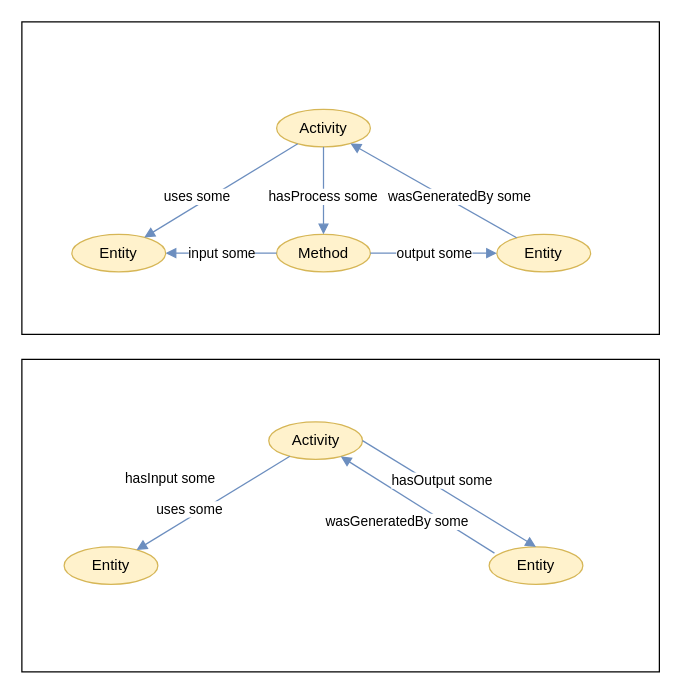
This is page "method" (4 of 4) of docs/figs/figures.drawio from PINK-project/PINK-annotation-schema, a draw.io file, before an edit. Source tidied: cells renumbered, new cells numbered last; positions are measured from the earlier drawing's top-left corner, leaving out a move shared by most shapes. Both pictures are drawn from the tidied source at 125%, with x=0, y=0 at pixel (21, 21).
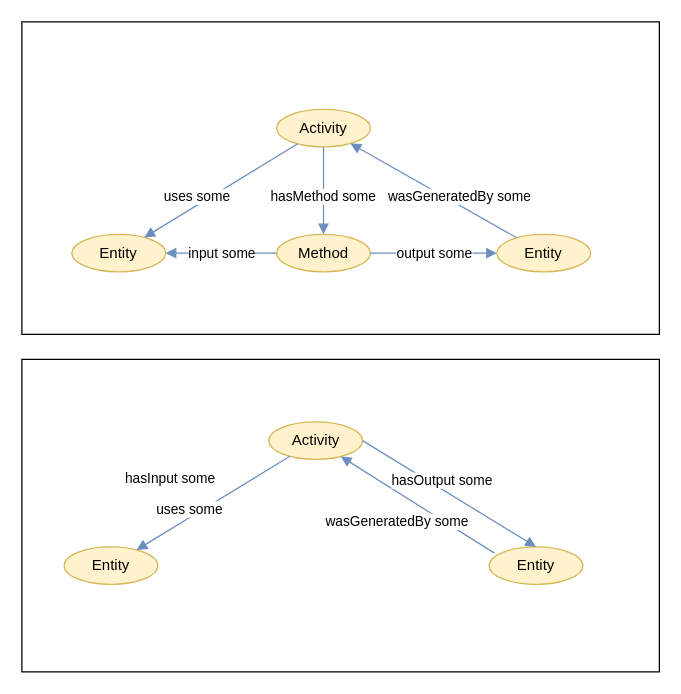
After the change.

Commit message:
Corrected figure

The change refers to these unchanged cells:
```xml
<mxCell id="4" value="Method" style="ellipse;whiteSpace=wrap;html=1;fillColor=#fff2cc;strokeColor=#d6b656;" parent="1" vertex="1">
  <mxGeometry x="203.8" y="170" width="75" height="30" as="geometry" />
</mxCell>
<mxCell id="9" value="Activity" style="ellipse;whiteSpace=wrap;html=1;fillColor=#fff2cc;strokeColor=#d6b656;" parent="1" vertex="1">
  <mxGeometry x="203.8" y="70" width="75" height="30" as="geometry" />
</mxCell>
```

Diff of the diagram source:
```diff
@@
-    <mxCell id="10" value="hasProcess some" style="edgeStyle=none;shape=connector;rounded=0;jettySize=auto;html=1;strokeColor=#6c8ebf;align=center;verticalAlign=middle;fontFamily=Helvetica;fontSize=11;fontColor=default;labelBackgroundColor=default;endArrow=block;endFill=1;fillColor=#dae8fc;" parent="1" edge="1" source="9" target="4">
+    <mxCell id="10" value="hasMethod some" style="edgeStyle=none;shape=connector;rounded=0;jettySize=auto;html=1;strokeColor=#6c8ebf;align=center;verticalAlign=middle;fontFamily=Helvetica;fontSize=11;fontColor=default;labelBackgroundColor=default;endArrow=block;endFill=1;fillColor=#dae8fc;" parent="1" edge="1" source="9" target="4">
       <mxGeometry x="0.14" relative="1" as="geometry" />
     </mxCell>
```
